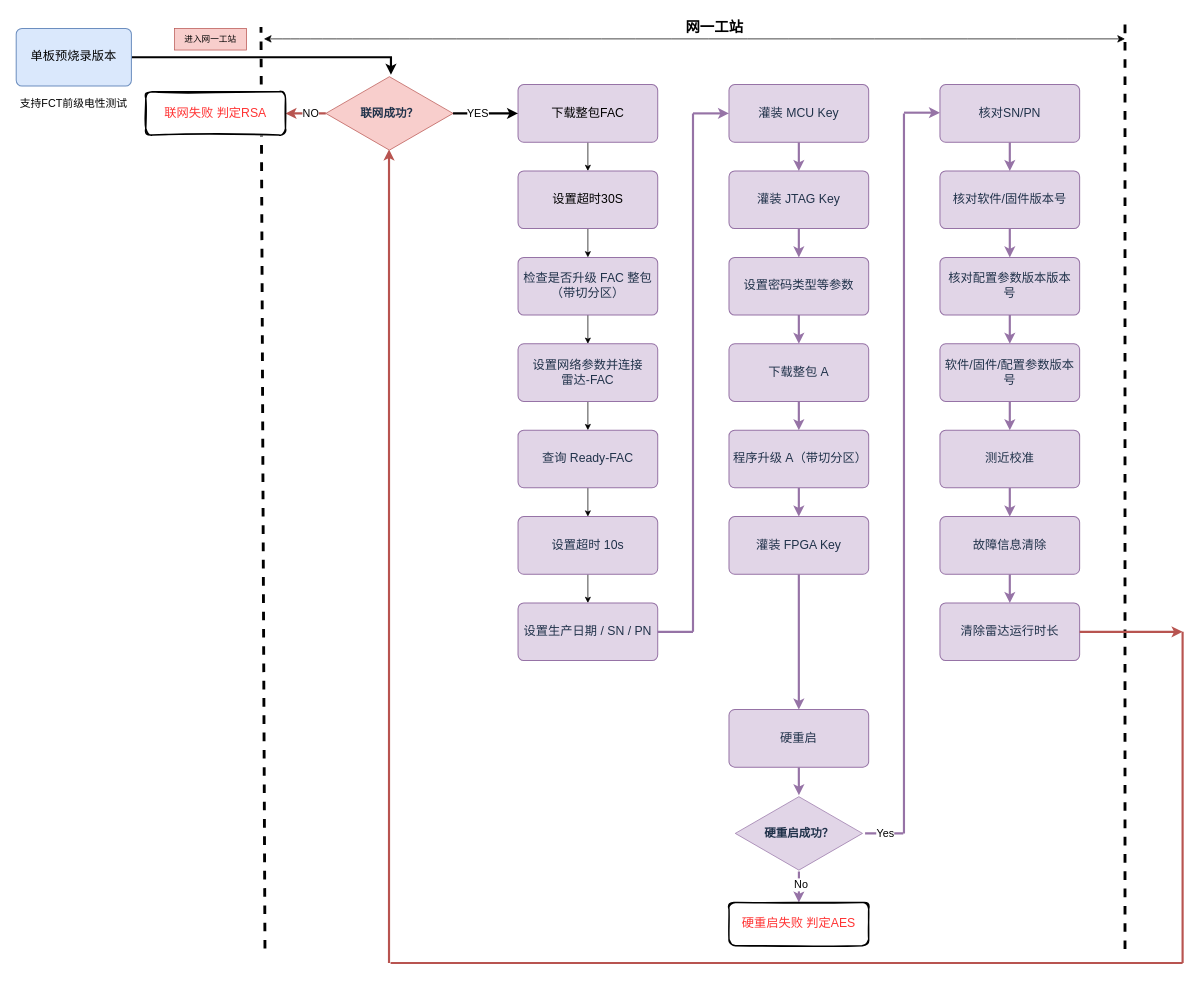
Earlier version of the draw.io diagram A11-变砖流程.drawio (shenwangchong/learngit). Source tidied: cells renumbered, new cells numbered last; positions are measured from the earlier drawing's top-left corner, leaving out a move shared by most shapes. Both pictures are drawn from the tidied source at 72%, with x=0, y=0 at pixel (12, 12).
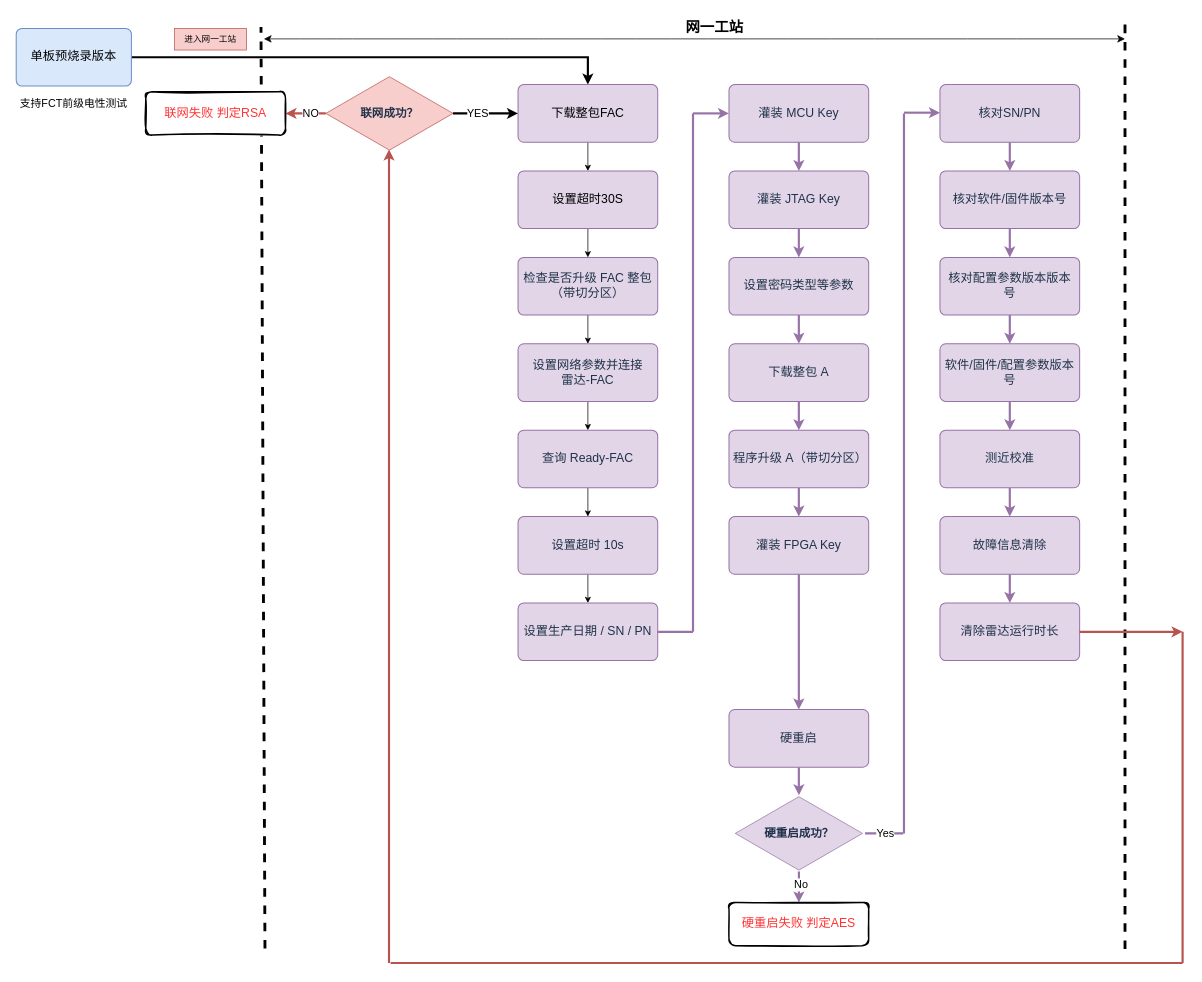
Above is the later version.

Commit message:
更新A11-变砖流程.drawio

Unchanged cells that the change refers to:
```xml
<mxCell id="3" value="单板预烧录版本" style="rounded=1;whiteSpace=wrap;html=1;arcSize=10;fillColor=#dae8fc;strokeColor=#6c8ebf;strokeWidth=1.4;fontFamily=Microsoft YaHei;fontSize=17;align=center;verticalAlign=middle;spacing=7;" parent="1" vertex="1">
  <mxGeometry x="5" y="22" width="160" height="80" as="geometry" />
</mxCell>
<mxCell id="7" value="下载整包FAC" style="rounded=1;whiteSpace=wrap;html=1;arcSize=10;fillColor=#e1d5e7;strokeColor=#9673a6;strokeWidth=1.4;fontFamily=Microsoft YaHei;fontSize=17;align=center;verticalAlign=middle;spacing=7;" parent="1" vertex="1">
  <mxGeometry x="702" y="100" width="194" height="80" as="geometry" />
</mxCell>
<mxCell id="69" value="&lt;span style=&quot;color: rgb(32, 50, 74); font-family: &amp;quot;Microsoft YaHei&amp;quot;; font-size: 16px; font-weight: 700;&quot;&gt;联网成功？&lt;/span&gt;" style="html=1;whiteSpace=wrap;shape=isoRectangle;fillColor=#f8cecc;strokeColor=#b85450;" parent="1" vertex="1">
  <mxGeometry x="435" y="87" width="176.7" height="106" as="geometry" />
</mxCell>
```

Change to the diagram source:
```diff
@@
-    <mxCell id="2" style="edgeStyle=orthogonalEdgeStyle;rounded=0;jettySize=auto;html=1;defaultLabelBackgroundColor=page;strokeWidth=3;entryX=0.512;entryY=-0.007;entryDx=0;entryDy=0;entryPerimeter=0;" parent="1" edge="1" source="3" target="69">
-      <mxGeometry x="-0.76" relative="1" as="geometry" />
+    <mxCell id="2" style="edgeStyle=orthogonalEdgeStyle;rounded=0;jettySize=auto;html=1;defaultLabelBackgroundColor=page;strokeWidth=3;entryX=0.5;entryY=0;entryDx=0;entryDy=0;" parent="1" edge="1" source="3" target="7">
+      <mxGeometry x="-0.87" relative="1" as="geometry" />
     </mxCell>
```
